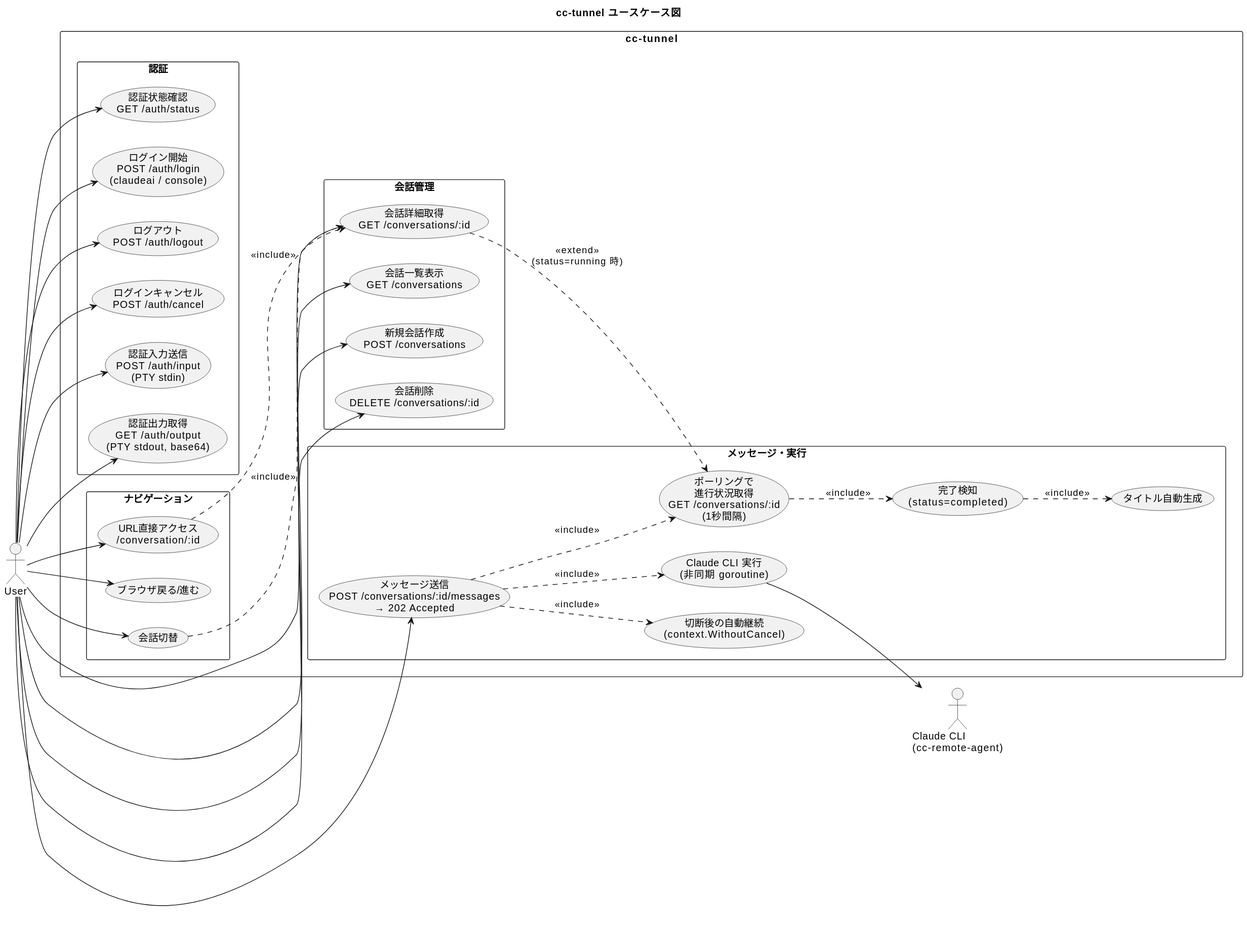
Earlier version of the PlantUML export docs/plantuml/out/usecase.svg (pollenjp/cc-tunnel). The source it was exported from:
```plantuml
@startuml
title cc-tunnel ユースケース図

left to right direction

actor "User" as user
actor "Claude CLI\n(cc-remote-agent)" as claude

rectangle "cc-tunnel" {

  rectangle "認証" {
    usecase "認証状態確認\nGET /auth/status" as UC_AuthStatus
    usecase "ログイン開始\nPOST /auth/login\n(claudeai / console)" as UC_Login
    usecase "ログアウト\nPOST /auth/logout" as UC_Logout
    usecase "ログインキャンセル\nPOST /auth/cancel" as UC_CancelLogin
    usecase "認証入力送信\nPOST /auth/input\n(PTY stdin)" as UC_AuthInput
    usecase "認証出力取得\nGET /auth/output\n(PTY stdout, base64)" as UC_AuthOutput
  }

  rectangle "会話管理" {
    usecase "会話一覧表示\nGET /conversations" as UC_ListConv
    usecase "新規会話作成\nPOST /conversations" as UC_CreateConv
    usecase "会話詳細取得\nGET /conversations/:id" as UC_GetConv
    usecase "会話削除\nDELETE /conversations/:id" as UC_DeleteConv
  }

  rectangle "メッセージ・実行" {
    usecase "メッセージ送信\nPOST /conversations/:id/messages\n→ 202 Accepted" as UC_SendMsg
    usecase "Claude CLI 実行\n(非同期 goroutine)" as UC_ExecClaude
    usecase "ポーリングで\n進行状況取得\nGET /conversations/:id\n(1秒間隔)" as UC_Polling
    usecase "完了検知\n(status=completed)" as UC_Complete
    usecase "タイトル自動生成" as UC_Title
    usecase "切断後の自動継続\n(context.WithoutCancel)" as UC_Disconnect
  }

  rectangle "ナビゲーション" {
    usecase "URL直接アクセス\n/conversation/:id" as UC_DirectURL
    usecase "ブラウザ戻る/進む" as UC_BrowserNav
    usecase "会話切替" as UC_SwitchConv
  }

}

user --> UC_AuthStatus
user --> UC_Login
user --> UC_Logout
user --> UC_CancelLogin
user --> UC_AuthInput
user --> UC_AuthOutput

user --> UC_ListConv
user --> UC_CreateConv
user --> UC_GetConv
user --> UC_DeleteConv

user --> UC_SendMsg
user --> UC_DirectURL
user --> UC_BrowserNav
user --> UC_SwitchConv

UC_SendMsg ..> UC_ExecClaude : <<include>>
UC_SendMsg ..> UC_Disconnect : <<include>>
UC_SendMsg ..> UC_Polling : <<include>>
UC_GetConv ..> UC_Polling : <<extend>>\n(status=running 時)
UC_Polling ..> UC_Complete : <<include>>
UC_Complete ..> UC_Title : <<include>>
UC_SwitchConv ..> UC_GetConv : <<include>>
UC_DirectURL ..> UC_GetConv : <<include>>

UC_ExecClaude --> claude
@enduml
```
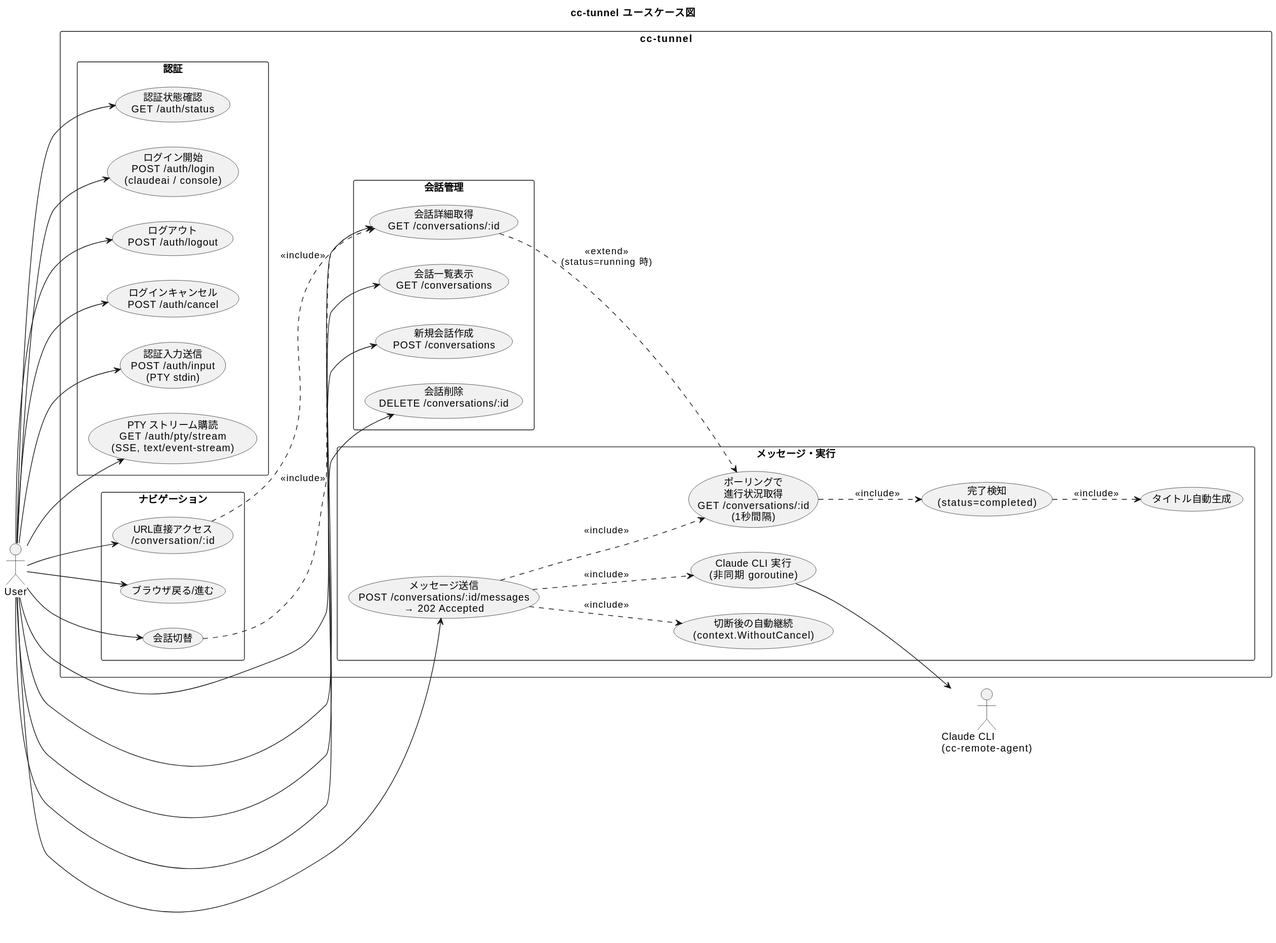
The same diagram one commit later.

Diff of the diagram source:
```diff
@@ -14,7 +14,7 @@
     usecase "ログアウト\nPOST /auth/logout" as UC_Logout
     usecase "ログインキャンセル\nPOST /auth/cancel" as UC_CancelLogin
     usecase "認証入力送信\nPOST /auth/input\n(PTY stdin)" as UC_AuthInput
-    usecase "認証出力取得\nGET /auth/output\n(PTY stdout, base64)" as UC_AuthOutput
+    usecase "PTY ストリーム購読\nGET /auth/pty/stream\n(SSE, text/event-stream)" as UC_AuthOutput
   }
 
   rectangle "会話管理" {
```
